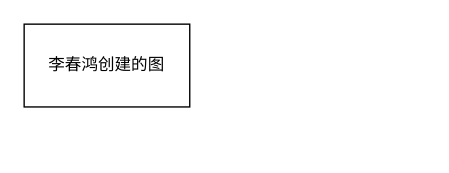
Earlier version of the draw.io diagram 未命名绘图.drawio (lichunhong-learn/graph). Source tidied: cells renumbered, new cells numbered last; positions are measured from the earlier drawing's top-left corner, leaving out a move shared by most shapes. Both pictures are drawn from the tidied source at 138%, with x=0, y=0 at pixel (23, 23).
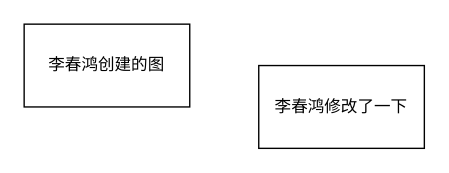
The same diagram, later.

Commit message (it also covers changes not shown here):
更新未命名绘图.drawio

Change to the diagram source:
```diff
@@
 <mxGraphModel>
   <root>
     <mxCell id="0" />
     <mxCell id="1" parent="0" />
     <mxCell id="2" value="李春鸿创建的图" style="whiteSpace=wrap;html=1;" parent="1" vertex="1">
       <mxGeometry width="120" height="60" as="geometry" />
     </mxCell>
+    <mxCell id="3" value="李春鸿修改了一下" style="whiteSpace=wrap;html=1;" parent="1" vertex="1">
+      <mxGeometry x="170" y="30" width="120" height="60" as="geometry" />
+    </mxCell>
   </root>
 </mxGraphModel>
```
